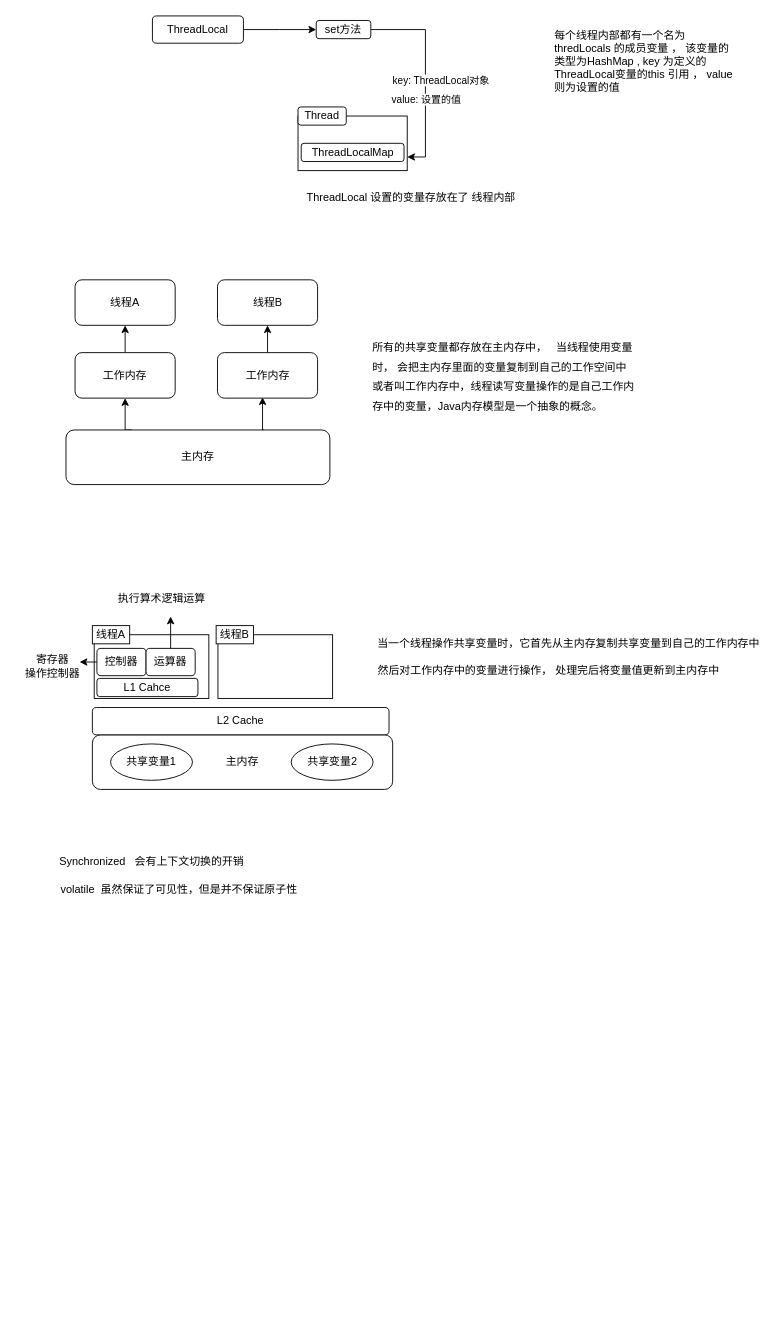
Earlier version of the draw.io diagram 并发编程.drawio (topyuluo/photo-project). Source tidied: cells renumbered, new cells numbered last; positions are measured from the earlier drawing's top-left corner, leaving out a move shared by most shapes. Both pictures are drawn from the tidied source at 91%, with x=0, y=0 at pixel (15, 15).
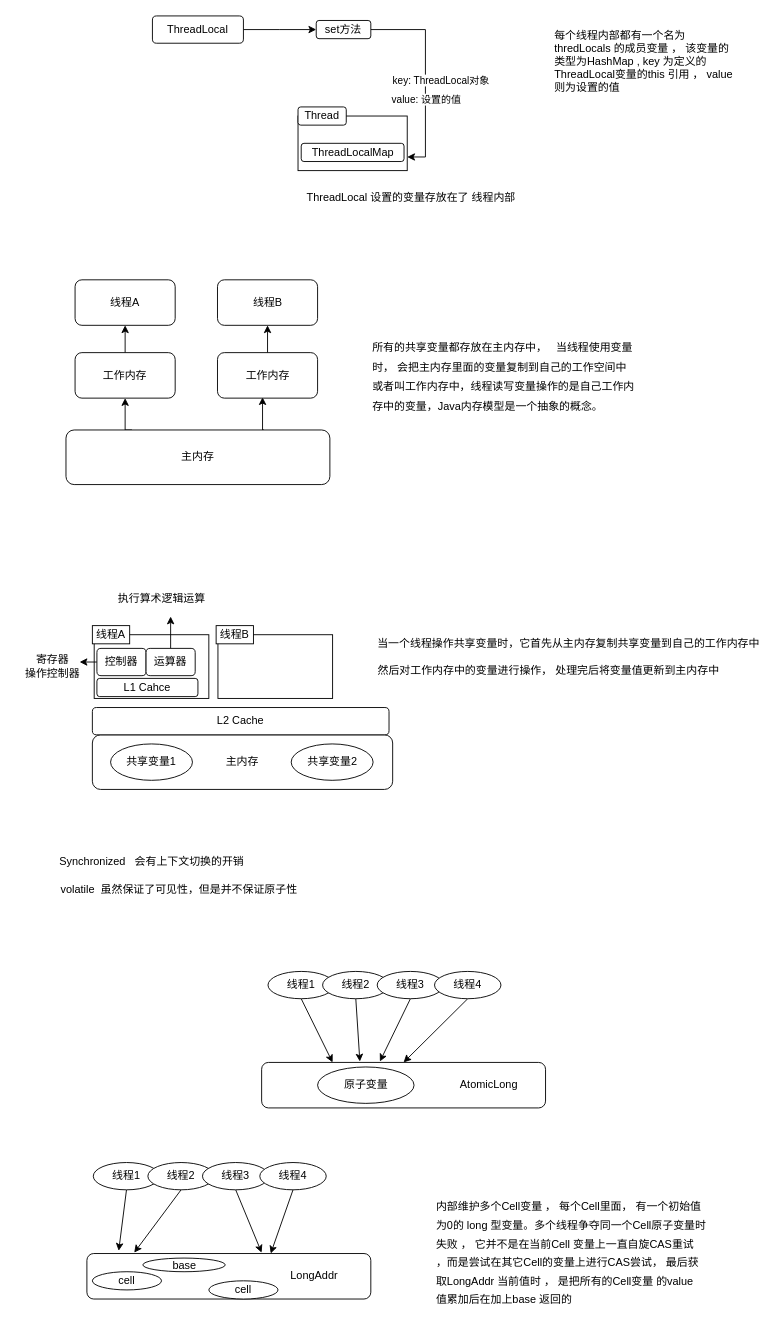
After the change.

Commit message:
更新并发编程.drawio

Change to the diagram source:
```diff
@@
+    <mxCell id="42" style="rounded=1;whiteSpace=wrap;html=1;" parent="1" vertex="1">
+      <mxGeometry x="270" y="1150" width="312" height="50" as="geometry" />
+    </mxCell>
+    <mxCell id="43" value="原子变量" style="ellipse;whiteSpace=wrap;html=1;" parent="1" vertex="1">
+      <mxGeometry x="331.5" y="1155" width="106" height="40" as="geometry" />
+    </mxCell>
+    <mxCell id="44" value="AtomicLong" style="text;html=1;strokeColor=none;fillColor=none;align=center;verticalAlign=middle;whiteSpace=wrap;rounded=0;" parent="1" vertex="1">
+      <mxGeometry x="500" y="1165" width="40" height="20" as="geometry" />
+    </mxCell>
+    <mxCell id="45" style="rounded=0;jettySize=auto;html=1;exitX=0.5;exitY=1;exitDx=0;exitDy=0;entryX=0.25;entryY=0;entryDx=0;entryDy=0;" parent="1" edge="1" source="46" target="42">
+      <mxGeometry relative="1" as="geometry" />
+    </mxCell>
+    <mxCell id="46" value="线程1" style="ellipse;whiteSpace=wrap;html=1;" parent="1" vertex="1">
+      <mxGeometry x="277" y="1050" width="73" height="30" as="geometry" />
+    </mxCell>
+    <mxCell id="47" style="edgeStyle=none;rounded=0;jettySize=auto;html=1;exitX=0.5;exitY=1;exitDx=0;exitDy=0;entryX=0.346;entryY=-0.02;entryDx=0;entryDy=0;entryPerimeter=0;" parent="1" edge="1" source="48" target="42">
+      <mxGeometry relative="1" as="geometry" />
+    </mxCell>
+    <mxCell id="48" value="线程2" style="ellipse;whiteSpace=wrap;html=1;" parent="1" vertex="1">
+      <mxGeometry x="337" y="1050" width="73" height="30" as="geometry" />
+    </mxCell>
+    <mxCell id="49" style="edgeStyle=none;rounded=0;jettySize=auto;html=1;exitX=0.5;exitY=1;exitDx=0;exitDy=0;" parent="1" edge="1" source="50">
+      <mxGeometry relative="1" as="geometry">
+        <mxPoint x="400" y="1149" as="targetPoint" />
+      </mxGeometry>
+    </mxCell>
+    <mxCell id="50" value="线程3" style="ellipse;whiteSpace=wrap;html=1;" parent="1" vertex="1">
+      <mxGeometry x="397" y="1050" width="73" height="30" as="geometry" />
+    </mxCell>
+    <mxCell id="51" style="edgeStyle=none;rounded=0;jettySize=auto;html=1;exitX=0.5;exitY=1;exitDx=0;exitDy=0;entryX=0.5;entryY=0;entryDx=0;entryDy=0;" parent="1" edge="1" source="52" target="42">
+      <mxGeometry relative="1" as="geometry" />
+    </mxCell>
+    <mxCell id="52" value="线程4" style="ellipse;whiteSpace=wrap;html=1;" parent="1" vertex="1">
+      <mxGeometry x="460" y="1050" width="73" height="30" as="geometry" />
+    </mxCell>
+    <mxCell id="53" style="rounded=1;whiteSpace=wrap;html=1;" parent="1" vertex="1">
+      <mxGeometry x="78" y="1360" width="312" height="50" as="geometry" />
+    </mxCell>
+    <mxCell id="54" value="base" style="ellipse;whiteSpace=wrap;html=1;" parent="1" vertex="1">
+      <mxGeometry x="139.5" y="1365" width="90.5" height="15" as="geometry" />
+    </mxCell>
+    <mxCell id="55" value="LongAddr" style="text;html=1;strokeColor=none;fillColor=none;align=center;verticalAlign=middle;whiteSpace=wrap;rounded=0;" parent="1" vertex="1">
+      <mxGeometry x="308" y="1375" width="40" height="20" as="geometry" />
+    </mxCell>
+    <mxCell id="56" style="rounded=0;jettySize=auto;html=1;exitX=0.5;exitY=1;exitDx=0;exitDy=0;entryX=0.112;entryY=-0.06;entryDx=0;entryDy=0;entryPerimeter=0;" parent="1" edge="1" source="57" target="53">
+      <mxGeometry relative="1" as="geometry" />
+    </mxCell>
+    <mxCell id="57" value="线程1" style="ellipse;whiteSpace=wrap;html=1;" parent="1" vertex="1">
+      <mxGeometry x="85" y="1260" width="73" height="30" as="geometry" />
+    </mxCell>
+    <mxCell id="58" style="edgeStyle=none;rounded=0;jettySize=auto;html=1;exitX=0.5;exitY=1;exitDx=0;exitDy=0;" parent="1" edge="1" source="59">
+      <mxGeometry relative="1" as="geometry">
+        <mxPoint x="130" y="1359" as="targetPoint" />
+      </mxGeometry>
+    </mxCell>
+    <mxCell id="59" value="线程2" style="ellipse;whiteSpace=wrap;html=1;" parent="1" vertex="1">
+      <mxGeometry x="145" y="1260" width="73" height="30" as="geometry" />
+    </mxCell>
+    <mxCell id="60" style="edgeStyle=none;rounded=0;jettySize=auto;html=1;exitX=0.5;exitY=1;exitDx=0;exitDy=0;" parent="1" edge="1" source="61">
+      <mxGeometry relative="1" as="geometry">
+        <mxPoint x="270" y="1359" as="targetPoint" />
+      </mxGeometry>
+    </mxCell>
+    <mxCell id="61" value="线程3" style="ellipse;whiteSpace=wrap;html=1;" parent="1" vertex="1">
+      <mxGeometry x="205" y="1260" width="73" height="30" as="geometry" />
+    </mxCell>
+    <mxCell id="62" style="edgeStyle=none;rounded=0;jettySize=auto;html=1;exitX=0.5;exitY=1;exitDx=0;exitDy=0;" parent="1" edge="1" source="63">
+      <mxGeometry relative="1" as="geometry">
+        <mxPoint x="280" y="1360" as="targetPoint" />
+      </mxGeometry>
+    </mxCell>
+    <mxCell id="63" value="线程4" style="ellipse;whiteSpace=wrap;html=1;" parent="1" vertex="1">
+      <mxGeometry x="268" y="1260" width="73" height="30" as="geometry" />
+    </mxCell>
+    <mxCell id="64" value="cell" style="ellipse;whiteSpace=wrap;html=1;" parent="1" vertex="1">
+      <mxGeometry x="84" y="1380" width="76" height="20" as="geometry" />
+    </mxCell>
+    <mxCell id="65" value="cell" style="ellipse;whiteSpace=wrap;html=1;" parent="1" vertex="1">
+      <mxGeometry x="212" y="1390" width="76" height="20" as="geometry" />
+    </mxCell>
+    <mxCell id="66" value="&lt;p style=&quot;line-height: 170%&quot;&gt;内部维护多个Cell变量 ， 每个Cell里面， 有一个初始值为0的 long 型变量。多个线程争夺同一个Cell原子变量时失败 ， 它并不是在当前Cell 变量上一直自旋CAS重试 ，而是尝试在其它Cell的变量上进行CAS尝试， 最后获取LongAddr 当前值时 ， 是把所有的Cell变量 的value 值累加后在加上base 返回的&lt;/p&gt;" style="text;html=1;strokeColor=none;fillColor=none;align=left;verticalAlign=top;whiteSpace=wrap;rounded=0;" parent="1" vertex="1">
+      <mxGeometry x="460" y="1280" width="300" height="150" as="geometry" />
+    </mxCell>
```
